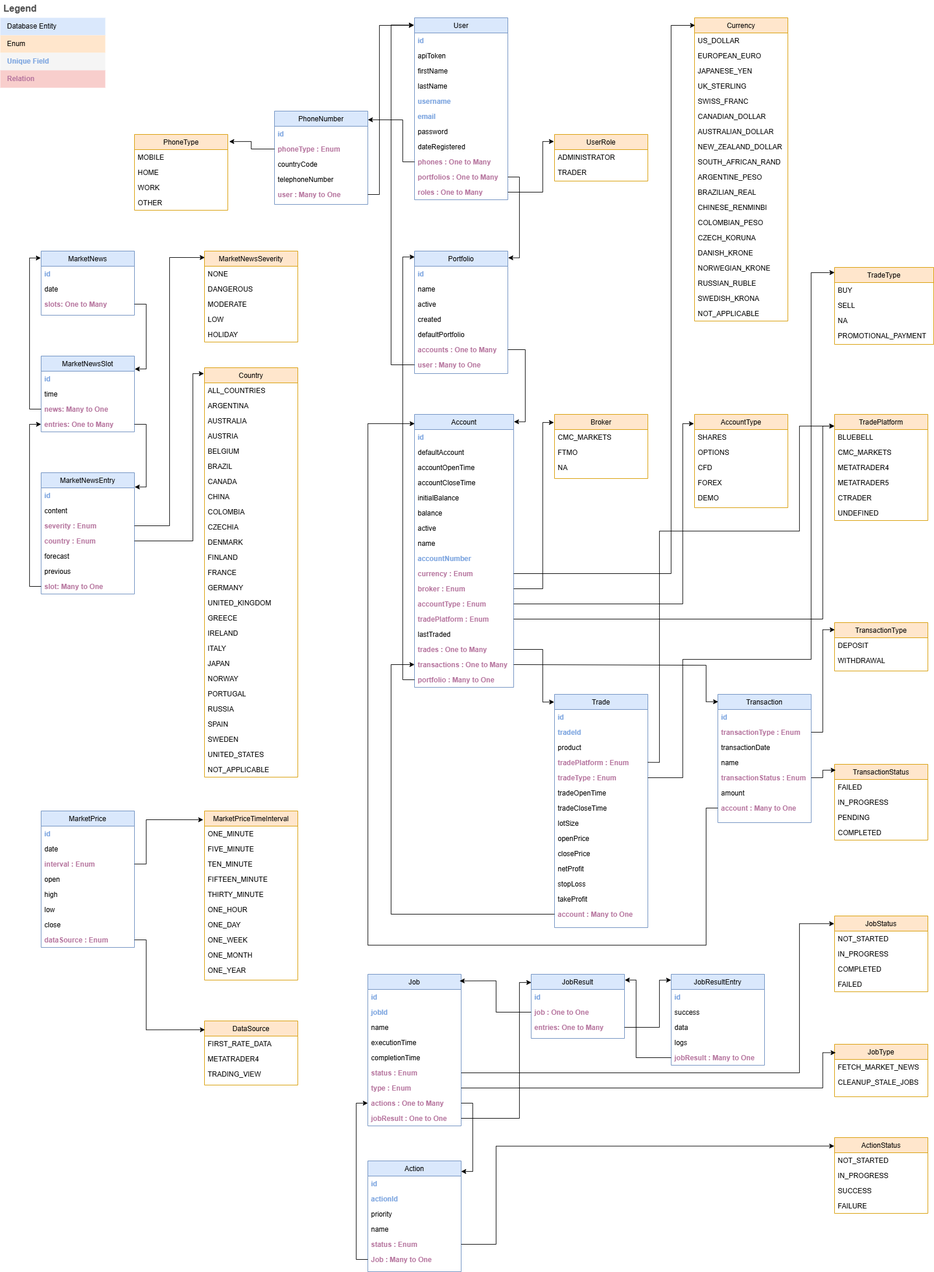
The draw.io diagram documentation/Data Model.png in sPrizio/bluebell, before a commit. Source tidied: cells renumbered, new cells last; positions are measured from the earlier drawing's top-left corner, leaving out a move shared by most shapes.
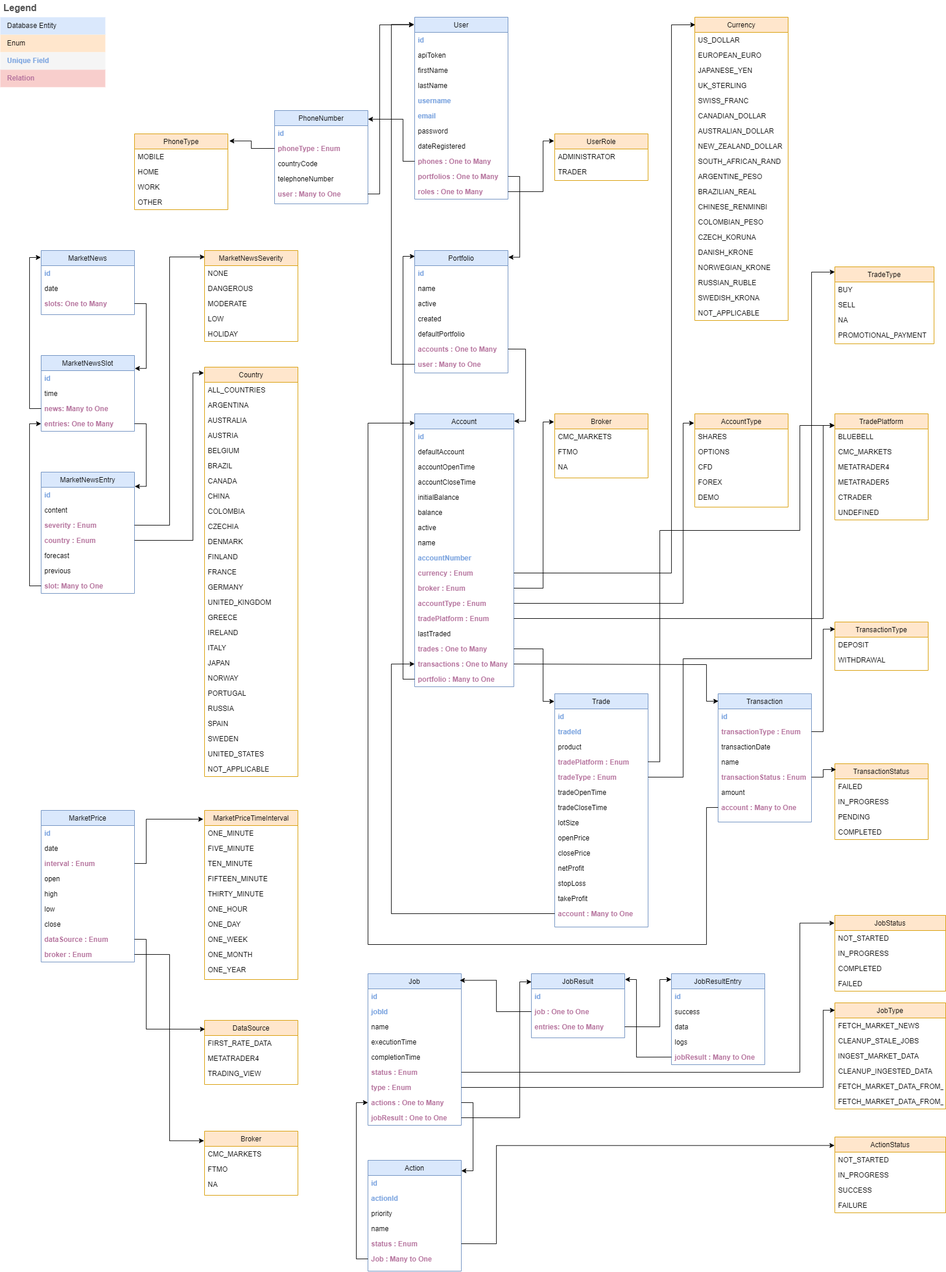
Above is the later version.

The edit, as a diff of the source:
```diff
@@ -807,29 +807,41 @@
       </mxGeometry>
     </mxCell>
     <mxCell id="236" value="JobStatus" style="swimlane;fontStyle=0;align=center;verticalAlign=top;horizontal=1;startSize=26;rounded=0;shadow=0;strokeWidth=1;fillColor=#ffe6cc;strokeColor=#d79b00;" parent="1" vertex="1">
-      <mxGeometry x="1430" y="1570" width="160" height="130" as="geometry" />
+      <mxGeometry x="1430" y="1570" width="190" height="130" as="geometry" />
     </mxCell>
     <mxCell id="237" value="NOT_STARTED" style="text;align=left;verticalAlign=top;spacingLeft=4;spacingRight=4;overflow=hidden;" parent="236" vertex="1">
-      <mxGeometry y="26" width="160" height="26" as="geometry" />
+      <mxGeometry y="26" width="190" height="26" as="geometry" />
     </mxCell>
     <mxCell id="238" value="IN_PROGRESS" style="text;align=left;verticalAlign=top;spacingLeft=4;spacingRight=4;overflow=hidden;rounded=0;shadow=0;html=0;" parent="236" vertex="1">
-      <mxGeometry y="52" width="160" height="26" as="geometry" />
+      <mxGeometry y="52" width="190" height="26" as="geometry" />
     </mxCell>
     <mxCell id="239" value="COMPLETED" style="text;align=left;verticalAlign=top;spacingLeft=4;spacingRight=4;overflow=hidden;rounded=0;shadow=0;html=0;" parent="236" vertex="1">
-      <mxGeometry y="78" width="160" height="26" as="geometry" />
+      <mxGeometry y="78" width="190" height="26" as="geometry" />
     </mxCell>
     <mxCell id="240" value="FAILED" style="text;align=left;verticalAlign=top;spacingLeft=4;spacingRight=4;overflow=hidden;rounded=0;shadow=0;html=0;" parent="236" vertex="1">
-      <mxGeometry y="104" width="160" height="26" as="geometry" />
+      <mxGeometry y="104" width="190" height="26" as="geometry" />
     </mxCell>
     <mxCell id="241" value="JobType" style="swimlane;fontStyle=0;align=center;verticalAlign=top;horizontal=1;startSize=26;rounded=0;shadow=0;strokeWidth=1;fillColor=#ffe6cc;strokeColor=#d79b00;" parent="1" vertex="1">
-      <mxGeometry x="1430" y="1790" width="160" height="90" as="geometry" />
+      <mxGeometry x="1430" y="1720" width="190" height="182" as="geometry" />
     </mxCell>
     <mxCell id="242" value="FETCH_MARKET_NEWS" style="text;align=left;verticalAlign=top;spacingLeft=4;spacingRight=4;overflow=hidden;" parent="241" vertex="1">
-      <mxGeometry y="26" width="160" height="26" as="geometry" />
+      <mxGeometry y="26" width="190" height="26" as="geometry" />
     </mxCell>
     <mxCell id="243" value="CLEANUP_STALE_JOBS" style="text;align=left;verticalAlign=top;spacingLeft=4;spacingRight=4;overflow=hidden;rounded=0;shadow=0;html=0;" parent="241" vertex="1">
-      <mxGeometry y="52" width="160" height="26" as="geometry" />
+      <mxGeometry y="52" width="190" height="26" as="geometry" />
     </mxCell>
+    <mxCell id="287" value="INGEST_MARKET_DATA" style="text;align=left;verticalAlign=top;spacingLeft=4;spacingRight=4;overflow=hidden;rounded=0;shadow=0;html=0;" parent="241" vertex="1">
+      <mxGeometry y="78" width="190" height="26" as="geometry" />
+    </mxCell>
+    <mxCell id="288" value="CLEANUP_INGESTED_DATA" style="text;align=left;verticalAlign=top;spacingLeft=4;spacingRight=4;overflow=hidden;rounded=0;shadow=0;html=0;" parent="241" vertex="1">
+      <mxGeometry y="104" width="190" height="26" as="geometry" />
+    </mxCell>
+    <mxCell id="289" value="FETCH_MARKET_DATA_FROM_FIRST_DATA" style="text;align=left;verticalAlign=top;spacingLeft=4;spacingRight=4;overflow=hidden;rounded=0;shadow=0;html=0;" parent="241" vertex="1">
+      <mxGeometry y="130" width="190" height="26" as="geometry" />
+    </mxCell>
+    <mxCell id="290" value="FETCH_MARKET_DATA_FROM_MT4" style="text;align=left;verticalAlign=top;spacingLeft=4;spacingRight=4;overflow=hidden;rounded=0;shadow=0;html=0;" parent="241" vertex="1">
+      <mxGeometry y="156" width="190" height="26" as="geometry" />
+    </mxCell>
     <mxCell id="244" style="edgeStyle=orthogonalEdgeStyle;rounded=0;jettySize=auto;html=1;exitX=1;exitY=0.5;exitDx=0;exitDy=0;entryX=-0.003;entryY=0.102;entryDx=0;entryDy=0;entryPerimeter=0;" parent="1" edge="1" source="218" target="236">
       <mxGeometry relative="1" as="geometry">
         <Array as="points">
@@ -838,11 +850,11 @@
         </Array>
       </mxGeometry>
     </mxCell>
-    <mxCell id="245" style="edgeStyle=orthogonalEdgeStyle;rounded=0;jettySize=auto;html=1;exitX=1;exitY=0.5;exitDx=0;exitDy=0;entryX=0.012;entryY=0.161;entryDx=0;entryDy=0;entryPerimeter=0;" parent="1" edge="1" source="219" target="241">
+    <mxCell id="245" style="edgeStyle=orthogonalEdgeStyle;rounded=0;jettySize=auto;html=1;exitX=1;exitY=0.5;exitDx=0;exitDy=0;entryX=0.001;entryY=0.07;entryDx=0;entryDy=0;entryPerimeter=0;" parent="1" edge="1" source="219" target="241">
       <mxGeometry relative="1" as="geometry">
         <Array as="points">
           <mxPoint x="1410" y="1865" />
-          <mxPoint x="1410" y="1805" />
+          <mxPoint x="1410" y="1733" />
         </Array>
       </mxGeometry>
     </mxCell>
@@ -879,19 +891,19 @@
       <mxGeometry relative="1" as="geometry" />
     </mxCell>
     <mxCell id="255" value="ActionStatus" style="swimlane;fontStyle=0;align=center;verticalAlign=top;horizontal=1;startSize=26;rounded=0;shadow=0;strokeWidth=1;fillColor=#ffe6cc;strokeColor=#d79b00;" parent="1" vertex="1">
-      <mxGeometry x="1430" y="1950" width="160" height="130" as="geometry" />
+      <mxGeometry x="1430" y="1950" width="190" height="130" as="geometry" />
     </mxCell>
     <mxCell id="256" value="NOT_STARTED" style="text;align=left;verticalAlign=top;spacingLeft=4;spacingRight=4;overflow=hidden;" parent="255" vertex="1">
-      <mxGeometry y="26" width="160" height="26" as="geometry" />
+      <mxGeometry y="26" width="190" height="26" as="geometry" />
     </mxCell>
     <mxCell id="257" value="IN_PROGRESS" style="text;align=left;verticalAlign=top;spacingLeft=4;spacingRight=4;overflow=hidden;rounded=0;shadow=0;html=0;" parent="255" vertex="1">
-      <mxGeometry y="52" width="160" height="26" as="geometry" />
+      <mxGeometry y="52" width="190" height="26" as="geometry" />
     </mxCell>
     <mxCell id="258" value="SUCCESS" style="text;align=left;verticalAlign=top;spacingLeft=4;spacingRight=4;overflow=hidden;rounded=0;shadow=0;html=0;" parent="255" vertex="1">
-      <mxGeometry y="78" width="160" height="26" as="geometry" />
+      <mxGeometry y="78" width="190" height="26" as="geometry" />
     </mxCell>
     <mxCell id="259" value="FAILURE" style="text;align=left;verticalAlign=top;spacingLeft=4;spacingRight=4;overflow=hidden;rounded=0;shadow=0;html=0;" parent="255" vertex="1">
-      <mxGeometry y="104" width="160" height="26" as="geometry" />
+      <mxGeometry y="104" width="190" height="26" as="geometry" />
     </mxCell>
     <mxCell id="260" style="edgeStyle=orthogonalEdgeStyle;rounded=0;jettySize=auto;html=1;exitX=1;exitY=0.5;exitDx=0;exitDy=0;entryX=-0.003;entryY=0.112;entryDx=0;entryDy=0;entryPerimeter=0;" parent="1" edge="1" source="251" target="255">
       <mxGeometry relative="1" as="geometry">
@@ -902,7 +914,7 @@
       </mxGeometry>
     </mxCell>
     <mxCell id="261" value="MarketPrice" style="swimlane;fontStyle=0;align=center;verticalAlign=top;horizontal=1;startSize=26;rounded=0;shadow=0;strokeWidth=1;fillColor=#dae8fc;strokeColor=#6c8ebf;" parent="1" vertex="1">
-      <mxGeometry x="70" y="1390" width="160" height="234" as="geometry" />
+      <mxGeometry x="70" y="1390" width="160" height="260" as="geometry" />
     </mxCell>
     <mxCell id="262" value="id" style="text;align=left;verticalAlign=top;spacingLeft=4;spacingRight=4;overflow=hidden;fontColor=#7EA6E0;fontStyle=1;" parent="261" vertex="1">
       <mxGeometry y="26" width="160" height="26" as="geometry" />
@@ -928,6 +940,9 @@
     <mxCell id="269" value="dataSource : Enum" style="text;align=left;verticalAlign=top;spacingLeft=4;spacingRight=4;overflow=hidden;points=[[0,0.5],[1,0.5]];portConstraint=eastwest;rounded=0;shadow=0;html=0;fontStyle=1;fontColor=#B5739D;" parent="261" vertex="1">
       <mxGeometry y="208" width="160" height="26" as="geometry" />
     </mxCell>
+    <mxCell id="291" value="broker : Enum" style="text;align=left;verticalAlign=top;spacingLeft=4;spacingRight=4;overflow=hidden;points=[[0,0.5],[1,0.5]];portConstraint=eastwest;rounded=0;shadow=0;html=0;fontStyle=1;fontColor=#B5739D;" parent="261" vertex="1">
+      <mxGeometry y="234" width="160" height="26" as="geometry" />
+    </mxCell>
     <mxCell id="270" value="MarketPriceTimeInterval" style="swimlane;fontStyle=0;align=center;verticalAlign=top;horizontal=1;startSize=26;rounded=0;shadow=0;strokeWidth=1;fillColor=#ffe6cc;strokeColor=#d79b00;" parent="1" vertex="1">
       <mxGeometry x="350" y="1390" width="160" height="290" as="geometry" />
     </mxCell>
@@ -989,5 +1004,20 @@
         </Array>
       </mxGeometry>
     </mxCell>
+    <mxCell id="292" value="Broker" style="swimlane;fontStyle=0;align=center;verticalAlign=top;horizontal=1;startSize=26;rounded=0;shadow=0;strokeWidth=1;fillColor=#ffe6cc;strokeColor=#d79b00;" parent="1" vertex="1">
+      <mxGeometry x="350" y="1940" width="160" height="110" as="geometry" />
+    </mxCell>
+    <mxCell id="293" value="CMC_MARKETS" style="text;align=left;verticalAlign=top;spacingLeft=4;spacingRight=4;overflow=hidden;" parent="292" vertex="1">
+      <mxGeometry y="26" width="160" height="26" as="geometry" />
+    </mxCell>
+    <mxCell id="294" value="FTMO" style="text;align=left;verticalAlign=top;spacingLeft=4;spacingRight=4;overflow=hidden;rounded=0;shadow=0;html=0;" parent="292" vertex="1">
+      <mxGeometry y="52" width="160" height="26" as="geometry" />
+    </mxCell>
+    <mxCell id="295" value="NA" style="text;align=left;verticalAlign=top;spacingLeft=4;spacingRight=4;overflow=hidden;rounded=0;shadow=0;html=0;" parent="292" vertex="1">
+      <mxGeometry y="78" width="160" height="26" as="geometry" />
+    </mxCell>
+    <mxCell id="296" style="edgeStyle=orthogonalEdgeStyle;rounded=0;jettySize=auto;html=1;exitX=1;exitY=0.5;exitDx=0;exitDy=0;entryX=-0.006;entryY=0.15;entryDx=0;entryDy=0;entryPerimeter=0;" parent="1" edge="1" source="291" target="292">
+      <mxGeometry relative="1" as="geometry" />
+    </mxCell>
   </root>
 </mxGraphModel>
```
